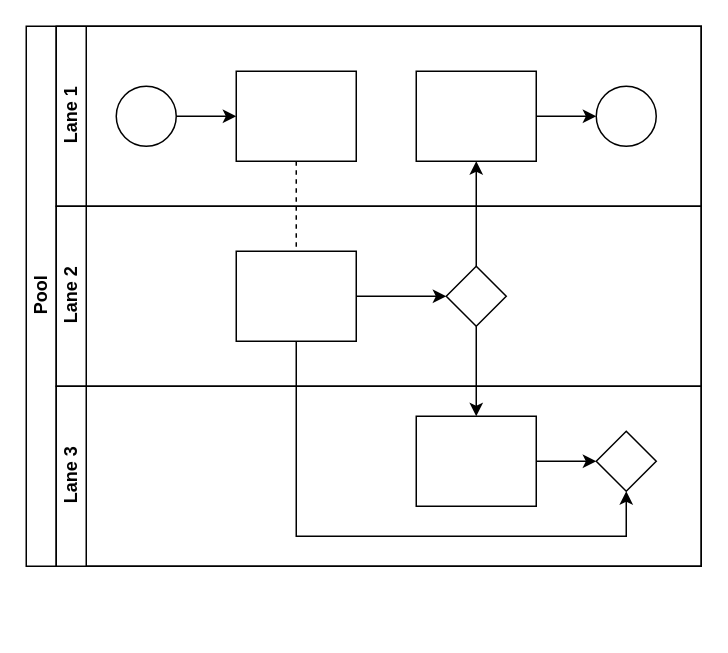
Earlier version of the draw.io diagram b.1. business process.drawio (eenattayani/desain). Source tidied: cells renumbered, new cells numbered last; positions are measured from the earlier drawing's top-left corner, leaving out a move shared by most shapes. Both pictures are drawn from the tidied source at 150%, with x=0, y=0 at pixel (26, 26).
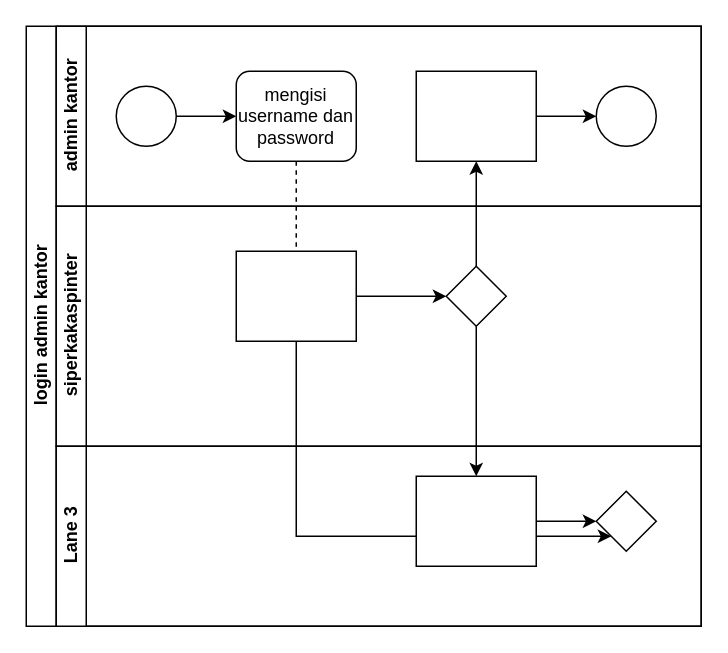
The same diagram, later.

Change to the diagram source:
```diff
@@
-    <mxCell id="2" value="Pool" style="swimlane;html=1;horizontal=0;startSize=20;" parent="1" vertex="1">
-      <mxGeometry width="450" height="360" as="geometry" />
+    <mxCell id="2" value="login admin kantor" style="swimlane;html=1;horizontal=0;startSize=20;" parent="1" vertex="1">
+      <mxGeometry width="450" height="400" as="geometry" />
     </mxCell>
@@
-    <mxCell id="7" value="Lane 1" style="swimlane;html=1;startSize=20;horizontal=0;" parent="2" vertex="1">
+    <mxCell id="7" value="admin kantor" style="swimlane;html=1;startSize=20;horizontal=0;" parent="2" vertex="1">
       <mxGeometry x="20" width="430" height="120" as="geometry" />
     </mxCell>
@@
-    <mxCell id="10" style="rounded=0;whiteSpace=wrap;html=1;fontFamily=Helvetica;fontSize=12;fontColor=#000000;align=center;" parent="7" vertex="1">
+    <mxCell id="10" value="mengisi username dan password" style="rounded=1;whiteSpace=wrap;html=1;fontFamily=Helvetica;fontSize=12;fontColor=#000000;align=center;" parent="7" vertex="1">
       <mxGeometry x="120" y="30" width="80" height="60" as="geometry" />
     </mxCell>
@@
-    <mxCell id="14" value="Lane 2" style="swimlane;html=1;startSize=20;horizontal=0;" parent="2" vertex="1">
-      <mxGeometry x="20" y="120" width="430" height="120" as="geometry" />
+    <mxCell id="14" value="siperkakaspinter" style="swimlane;html=1;startSize=20;horizontal=0;" parent="2" vertex="1">
+      <mxGeometry x="20" y="120" width="430" height="160" as="geometry" />
     </mxCell>
@@
     <mxCell id="18" value="Lane 3" style="swimlane;html=1;startSize=20;horizontal=0;" parent="2" vertex="1">
-      <mxGeometry x="20" y="240" width="430" height="120" as="geometry" />
+      <mxGeometry x="20" y="280" width="430" height="120" as="geometry" />
     </mxCell>
```
